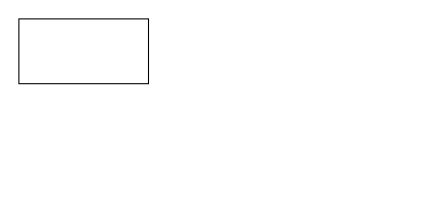
The draw.io diagram docs/draws/Diagrama sem nome.drawio in sigespweb22/boxapp-api, before the edit. Source tidied: cells renumbered, new cells numbered last; positions are measured from the earlier drawing's top-left corner, leaving out a move shared by most shapes. Both pictures are drawn from the tidied source at 108%, with x=0, y=0 at pixel (18, 18).
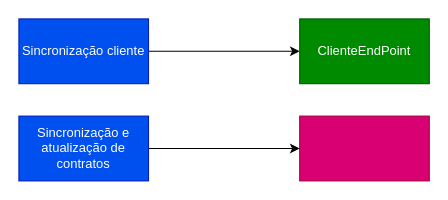
Above is the later version.

What changed in the source:
```diff
@@
 <mxGraphModel>
   <root>
     <mxCell id="0" />
     <mxCell id="1" parent="0" />
+    <mxCell id="3" style="edgeStyle=orthogonalEdgeStyle;rounded=0;jettySize=auto;html=1;" parent="1" edge="1" source="2" target="4">
+      <mxGeometry relative="1" as="geometry" />
+    </mxCell>
-    <mxCell id="2" style="rounded=0;whiteSpace=wrap;html=1;" parent="1" vertex="1">
+    <mxCell id="2" value="Sincronização cliente" style="rounded=0;whiteSpace=wrap;html=1;fillColor=#0050ef;fontColor=#ffffff;strokeColor=#001DBC;" parent="1" vertex="1">
       <mxGeometry width="120" height="60" as="geometry" />
     </mxCell>
+    <mxCell id="4" value="ClienteEndPoint" style="rounded=0;whiteSpace=wrap;html=1;fillColor=#008a00;fontColor=#ffffff;strokeColor=#005700;" parent="1" vertex="1">
+      <mxGeometry x="260" width="120" height="60" as="geometry" />
+    </mxCell>
+    <mxCell id="5" style="edgeStyle=orthogonalEdgeStyle;rounded=0;jettySize=auto;html=1;" parent="1" edge="1" source="6" target="7">
+      <mxGeometry relative="1" as="geometry" />
+    </mxCell>
+    <mxCell id="6" value="Sincronização e atualização de contratos" style="rounded=0;whiteSpace=wrap;html=1;fillColor=#0050ef;fontColor=#ffffff;strokeColor=#001DBC;" parent="1" vertex="1">
+      <mxGeometry y="90" width="120" height="60" as="geometry" />
+    </mxCell>
+    <mxCell id="7" style="whiteSpace=wrap;html=1;fillColor=#d80073;strokeColor=#A50040;fontColor=#ffffff;rounded=0;" parent="1" vertex="1">
+      <mxGeometry x="260" y="90" width="120" height="60" as="geometry" />
+    </mxCell>
   </root>
 </mxGraphModel>
```
